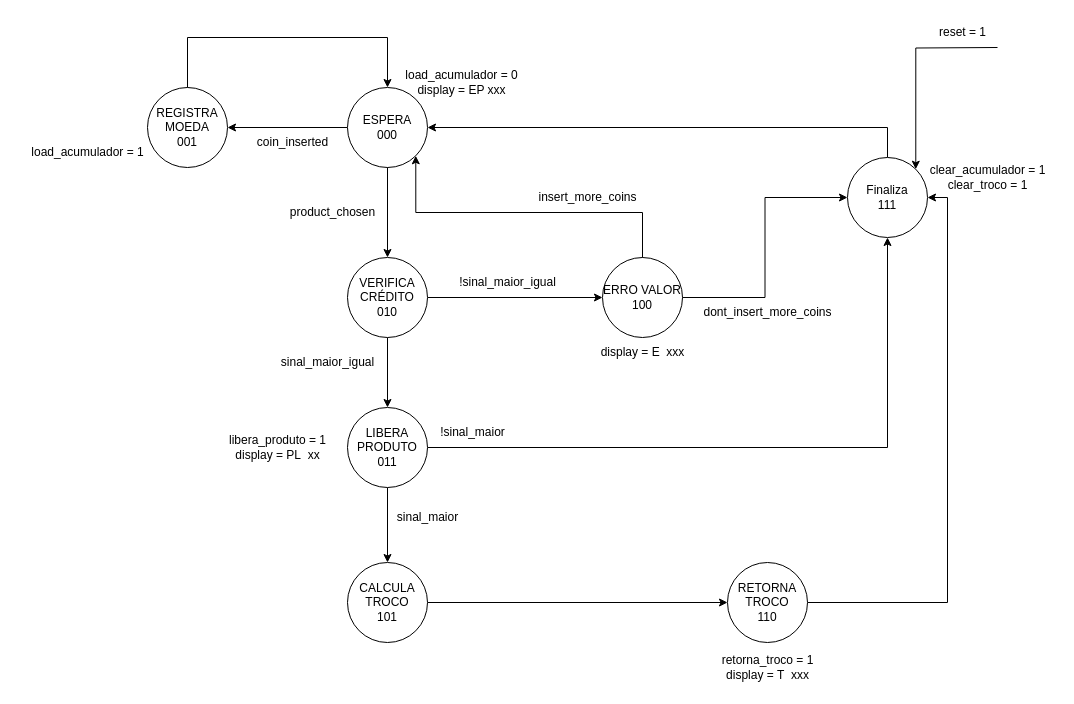
bbiancalopess/vending-machine keeps this draw.io diagram as page "diagrama estados baixo nível" (2 of 3) of docs/vending-machine.drawio. Above is the earlier version. Source tidied: cells renumbered, new cells numbered last; positions are measured from the earlier drawing's top-left corner, leaving out a move shared by most shapes. Both pictures are drawn from the tidied source at 100%, with x=0, y=0 at pixel (17, 17).
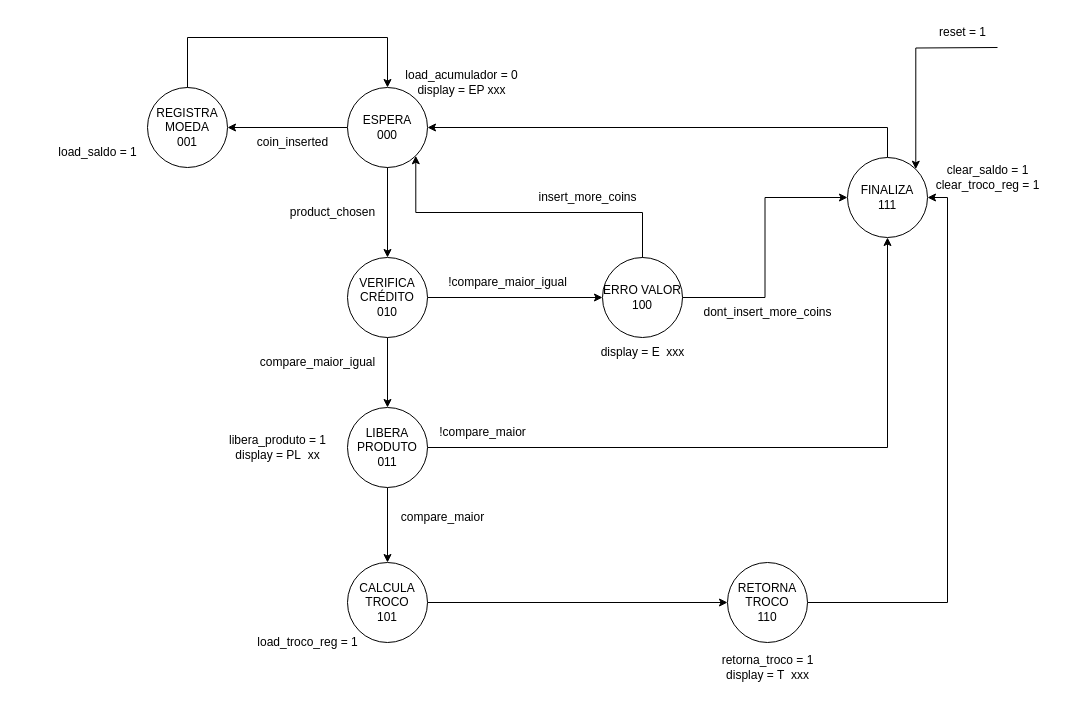
After the change.

What changed in the source:
```diff
@@
-    <mxCell id="14" value="sinal_maior_igual" style="text;html=1;align=center;verticalAlign=middle;strokeColor=none;fillColor=none;" parent="1" vertex="1">
-      <mxGeometry x="250" y="330" width="120" height="30" as="geometry" />
+    <mxCell id="14" value="compare_maior_igual" style="text;html=1;align=center;verticalAlign=middle;strokeColor=none;fillColor=none;" parent="1" vertex="1">
+      <mxGeometry x="230" y="330" width="140" height="30" as="geometry" />
     </mxCell>
@@
-    <mxCell id="17" value="sinal_maior" style="text;html=1;align=center;verticalAlign=middle;strokeColor=none;fillColor=none;" parent="1" vertex="1">
-      <mxGeometry x="370" y="485" width="80" height="30" as="geometry" />
+    <mxCell id="17" value="compare_maior" style="text;html=1;align=center;verticalAlign=middle;strokeColor=none;fillColor=none;" parent="1" vertex="1">
+      <mxGeometry x="370" y="485" width="110" height="30" as="geometry" />
     </mxCell>
@@
-    <mxCell id="19" value="Finaliza&lt;div&gt;111&lt;/div&gt;" style="ellipse;whiteSpace=wrap;html=1;" parent="1" vertex="1">
+    <mxCell id="19" value="FINALIZA&lt;div&gt;111&lt;/div&gt;" style="ellipse;whiteSpace=wrap;html=1;" parent="1" vertex="1">
       <mxGeometry x="830" y="140" width="80" height="80" as="geometry" />
     </mxCell>
@@
-    <mxCell id="21" value="!sinal_maior_igual" style="text;html=1;align=center;verticalAlign=middle;strokeColor=none;fillColor=none;" parent="1" vertex="1">
-      <mxGeometry x="430" y="250" width="120" height="30" as="geometry" />
+    <mxCell id="21" value="!compare_maior_igual" style="text;html=1;align=center;verticalAlign=middle;strokeColor=none;fillColor=none;" parent="1" vertex="1">
+      <mxGeometry x="420" y="250" width="140" height="30" as="geometry" />
     </mxCell>
-    <mxCell id="22" value="!sinal_maior" style="text;html=1;align=center;verticalAlign=middle;strokeColor=none;fillColor=none;" parent="1" vertex="1">
-      <mxGeometry x="410" y="400" width="90" height="30" as="geometry" />
+    <mxCell id="22" value="!compare_maior" style="text;html=1;align=center;verticalAlign=middle;strokeColor=none;fillColor=none;" parent="1" vertex="1">
+      <mxGeometry x="410" y="400" width="110" height="30" as="geometry" />
     </mxCell>
@@
-    <mxCell id="30" value="load_acumulador = 1" style="text;html=1;align=center;verticalAlign=middle;strokeColor=none;fillColor=none;" parent="1" vertex="1">
-      <mxGeometry y="120" width="140" height="30" as="geometry" />
+    <mxCell id="30" value="load_saldo = 1" style="text;html=1;align=center;verticalAlign=middle;strokeColor=none;fillColor=none;" parent="1" vertex="1">
+      <mxGeometry x="30" y="120" width="100" height="30" as="geometry" />
     </mxCell>
@@
-    <mxCell id="35" value="&lt;div&gt;clear_acumulador = 1&lt;/div&gt;&lt;div&gt;clear_troco = 1&lt;/div&gt;" style="text;html=1;align=center;verticalAlign=middle;strokeColor=none;fillColor=none;" parent="1" vertex="1">
-      <mxGeometry x="900" y="140" width="140" height="40" as="geometry" />
+    <mxCell id="35" value="&lt;div&gt;clear_saldo = 1&lt;/div&gt;&lt;div&gt;clear_troco_reg = 1&lt;/div&gt;" style="text;html=1;align=center;verticalAlign=middle;strokeColor=none;fillColor=none;" parent="1" vertex="1">
+      <mxGeometry x="905" y="140" width="130" height="40" as="geometry" />
     </mxCell>
@@
+    <mxCell id="38" value="load_troco_reg = 1" style="text;html=1;align=center;verticalAlign=middle;strokeColor=none;fillColor=none;" parent="1" vertex="1">
+      <mxGeometry x="230" y="610" width="120" height="30" as="geometry" />
+    </mxCell>
```
